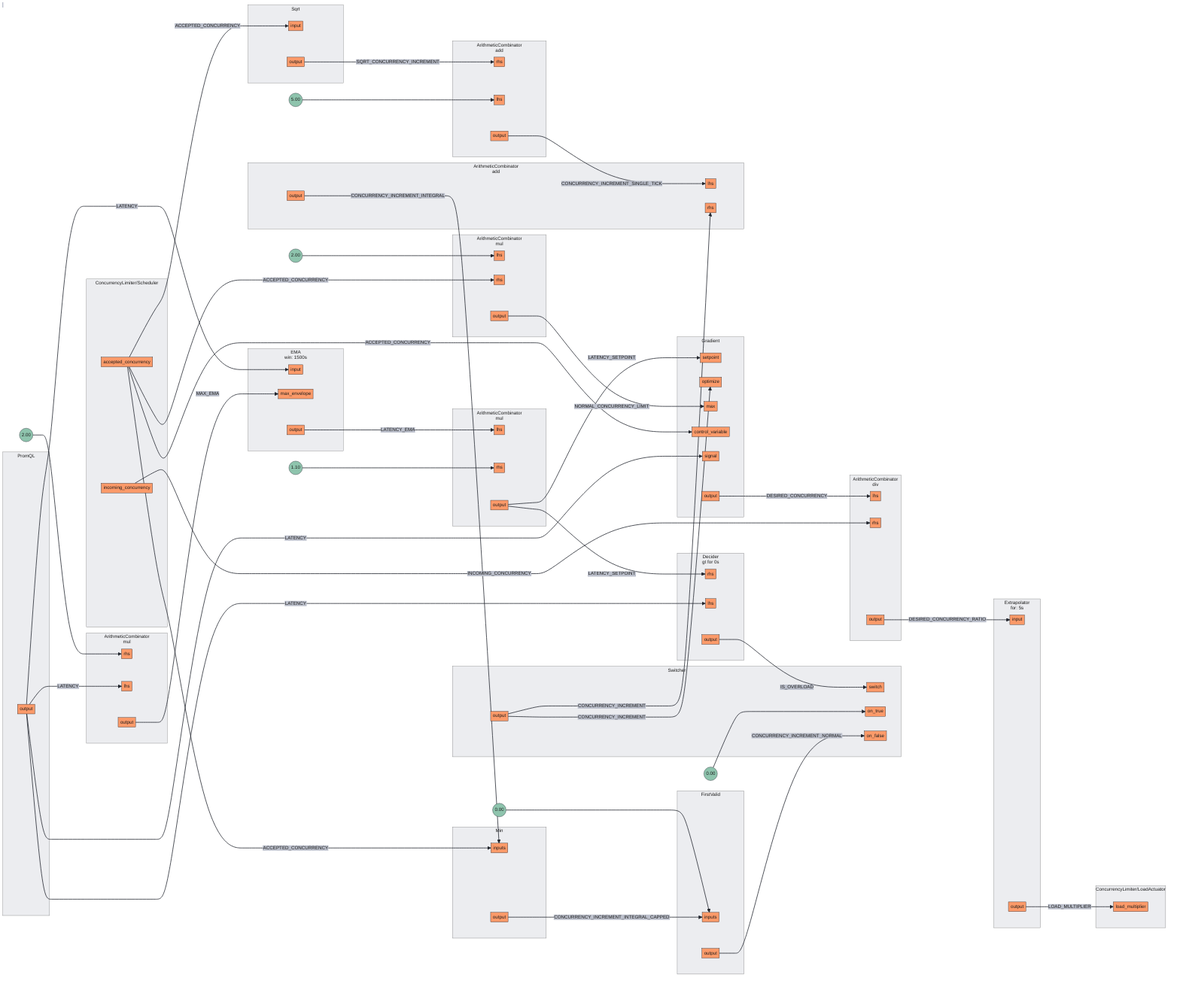
The Mermaid diagram docs/content/tutorials/flow-control/assets/workload-prioritization/workload-prioritization.mmd.png in dataongunlaws/aperture, before a commit. Its source is kept beside it as docs/content/tutorials/flow-control/assets/workload-prioritization/workload-prioritization.mmd.
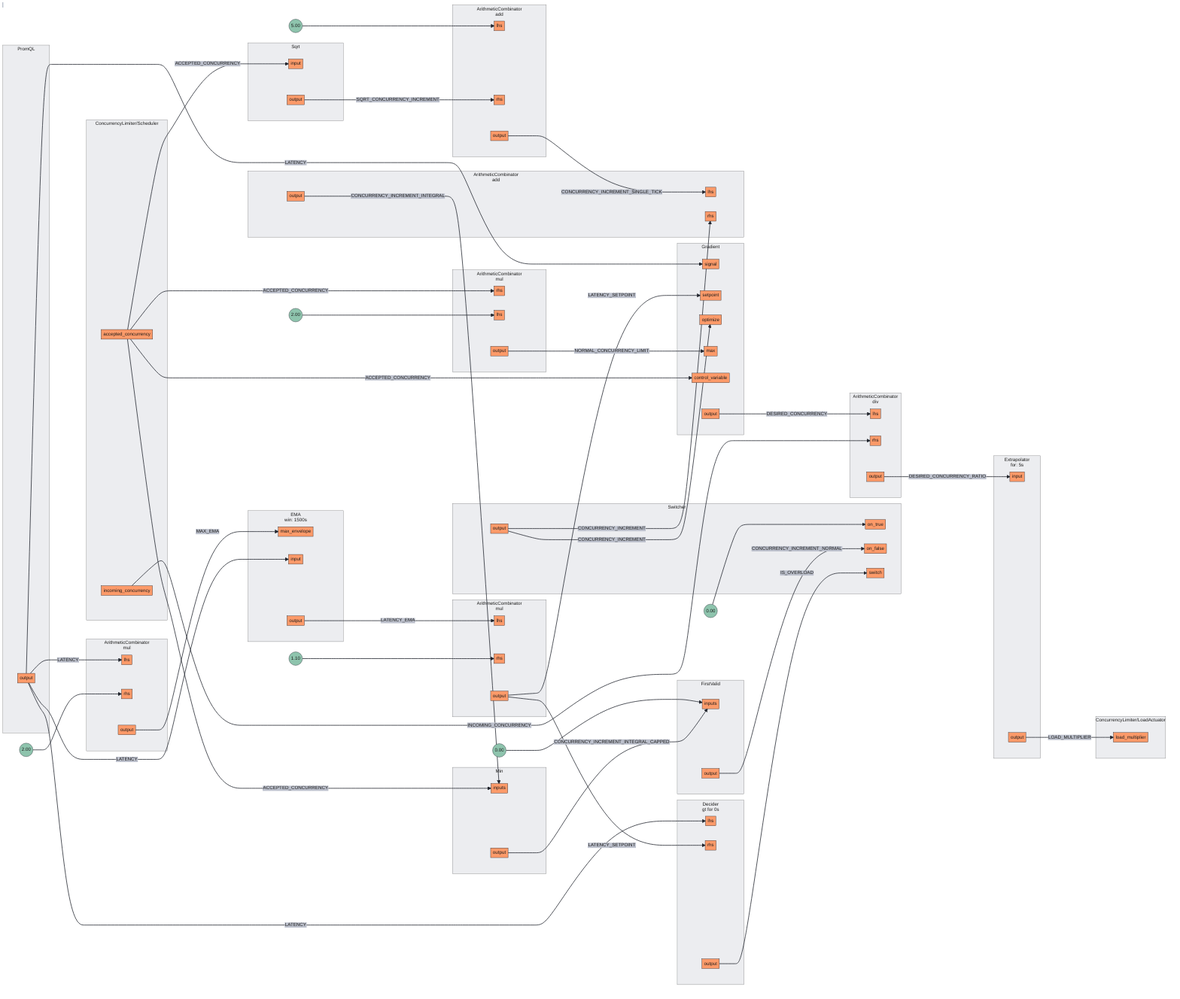
After the change.

Diff of the diagram source:
```diff
@@ -2,8 +2,8 @@
 subgraph 0[<center>ArithmeticCombinator<br/>mul</center>]
 subgraph 0_inports[ ]
 style 0_inports fill:none,stroke:none
+0lhs[lhs]
 0rhs[rhs]
-0lhs[lhs]
 end
 subgraph 0_outports[ ]
 style 0_outports fill:none,stroke:none
@@ -39,8 +39,8 @@
 subgraph 3[<center>ArithmeticCombinator<br/>mul</center>]
 subgraph 3_inports[ ]
 style 3_inports fill:none,stroke:none
+3rhs[rhs]
 3lhs[lhs]
-3rhs[rhs]
 end
 subgraph 3_outports[ ]
 style 3_outports fill:none,stroke:none
@@ -52,8 +52,8 @@
 subgraph 4[<center>ArithmeticCombinator<br/>add</center>]
 subgraph 4_inports[ ]
 style 4_inports fill:none,stroke:none
+4lhs[lhs]
 4rhs[rhs]
-4lhs[lhs]
 end
 subgraph 4_outports[ ]
 style 4_outports fill:none,stroke:none
@@ -116,8 +116,8 @@
 subgraph 10[<center>EMA<br/>win: 1500s</center>]
 subgraph 10_inports[ ]
 style 10_inports fill:none,stroke:none
+10max_envelope[max_envelope]
 10input[input]
-10max_envelope[max_envelope]
 end
 subgraph 10_outports[ ]
 style 10_outports fill:none,stroke:none
@@ -127,11 +127,11 @@
 subgraph 11[Gradient]
 subgraph 11_inports[ ]
 style 11_inports fill:none,stroke:none
+11signal[signal]
 11setpoint[setpoint]
 11optimize[optimize]
 11max[max]
 11control_variable[control_variable]
-11signal[signal]
 end
 subgraph 11_outports[ ]
 style 11_outports fill:none,stroke:none
@@ -164,9 +164,9 @@
 subgraph 15[Switcher]
 subgraph 15_inports[ ]
 style 15_inports fill:none,stroke:none
-15switch[switch]
 15on_true[on_true]
 15on_false[on_false]
+15switch[switch]
 end
 subgraph 15_outports[ ]
 style 15_outports fill:none,stroke:none
@@ -178,36 +178,36 @@
 subgraph 14[<center>Decider<br/>gt for 0s</center>]
 subgraph 14_inports[ ]
 style 14_inports fill:none,stroke:none
+14lhs[lhs]
 14rhs[rhs]
-14lhs[lhs]
 end
 subgraph 14_outports[ ]
 style 14_outports fill:none,stroke:none
 14output[output]
 end
 end
-0output --> |MAX_EMA| 10max_envelope
-2output --> |DESIRED_CONCURRENCY_RATIO| 12input
-3output --> |NORMAL_CONCURRENCY_LIMIT| 11max
-13.Schedulerincoming_concurrency --> |INCOMING_CONCURRENCY| 2rhs
+7output --> |CONCURRENCY_INCREMENT_NORMAL| 15on_false
+10output --> |LATENCY_EMA| 1lhs
+11output --> |DESIRED_CONCURRENCY| 2lhs
 1output --> |LATENCY_SETPOINT| 11setpoint
 1output --> |LATENCY_SETPOINT| 14rhs
+3output --> |NORMAL_CONCURRENCY_LIMIT| 11max
 4output --> |CONCURRENCY_INCREMENT_SINGLE_TICK| 5lhs
-10output --> |LATENCY_EMA| 1lhs
-11output --> |DESIRED_CONCURRENCY| 2lhs
+13.Schedulerincoming_concurrency --> |INCOMING_CONCURRENCY| 2rhs
+15output --> |CONCURRENCY_INCREMENT| 5rhs
+15output --> |CONCURRENCY_INCREMENT| 11optimize
+5output --> |CONCURRENCY_INCREMENT_INTEGRAL| 6inputs
+6output --> |CONCURRENCY_INCREMENT_INTEGRAL_CAPPED| 7inputs
+12output --> |LOAD_MULTIPLIER| 13.LoadActuatorload_multiplier
+14output --> |IS_OVERLOAD| 15switch
+2output --> |DESIRED_CONCURRENCY_RATIO| 12input
+8output --> |SQRT_CONCURRENCY_INCREMENT| 4rhs
+9output --> |LATENCY| 0lhs
+9output --> |LATENCY| 10input
+9output --> |LATENCY| 11signal
+9output --> |LATENCY| 14lhs
+0output --> |MAX_EMA| 10max_envelope
 13.Scheduleraccepted_concurrency --> |ACCEPTED_CONCURRENCY| 3rhs
 13.Scheduleraccepted_concurrency --> |ACCEPTED_CONCURRENCY| 6inputs
 13.Scheduleraccepted_concurrency --> |ACCEPTED_CONCURRENCY| 8input
 13.Scheduleraccepted_concurrency --> |ACCEPTED_CONCURRENCY| 11control_variable
-14output --> |IS_OVERLOAD| 15switch
-5output --> |CONCURRENCY_INCREMENT_INTEGRAL| 6inputs
-6output --> |CONCURRENCY_INCREMENT_INTEGRAL_CAPPED| 7inputs
-9output --> |LATENCY| 0lhs
-9output --> |LATENCY| 10input
-9output --> |LATENCY| 11signal
-9output --> |LATENCY| 14lhs
-12output --> |LOAD_MULTIPLIER| 13.LoadActuatorload_multiplier
-15output --> |CONCURRENCY_INCREMENT| 5rhs
-15output --> |CONCURRENCY_INCREMENT| 11optimize
-7output --> |CONCURRENCY_INCREMENT_NORMAL| 15on_false
-8output --> |SQRT_CONCURRENCY_INCREMENT| 4rhs
```
